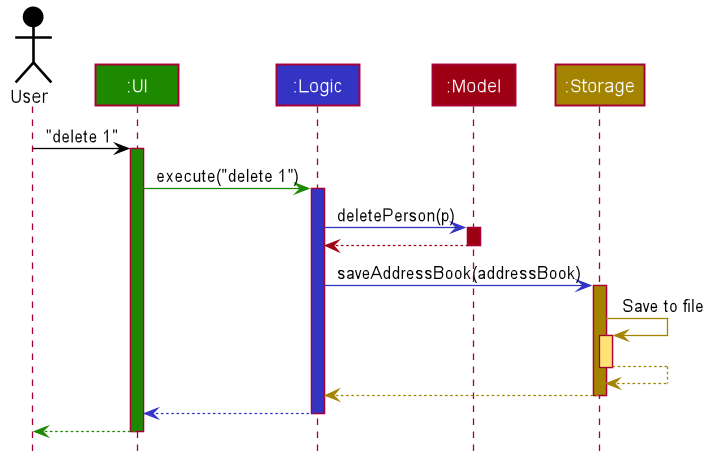
Before: docs/images/ArchitectureSequenceDiagram.png, a diagram exported from PlantUML (nus-cs2103-AY2122S1/tp).
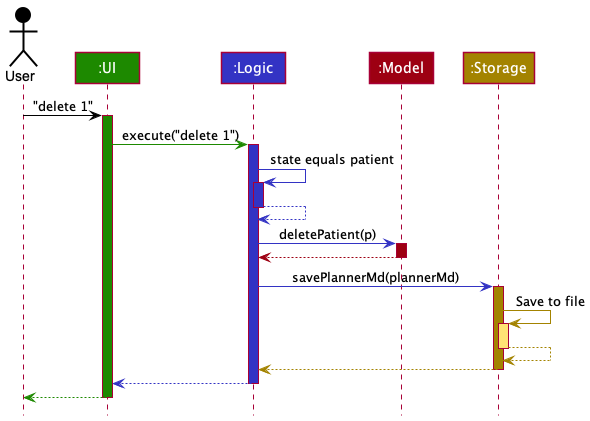
Above is the later version.

Commit message:
Export diagram

Diff of the diagram source:
```diff
@@ -1,85 +1,43 @@
 @startuml
+!include style.puml
 
+Actor User as user USER_COLOR
+Participant ":UI" as ui UI_COLOR
+Participant ":Logic" as logic LOGIC_COLOR
+Participant ":Model" as model MODEL_COLOR
+Participant ":Storage" as storage STORAGE_COLOR
 
+user -[USER_COLOR]> ui : "delete 1"
+activate ui UI_COLOR
 
+ui -[UI_COLOR]> logic : execute("delete 1")
+activate logic LOGIC_COLOR
 
+logic -[LOGIC_COLOR]> logic : state equals patient
+activate logic LOGIC_COLOR
+logic --[LOGIC_COLOR]> logic
+deactivate logic
 
+logic -[LOGIC_COLOR]> model : deletePatient(p)
+activate model MODEL_COLOR
 
-
-
-skinparam BackgroundColor #FFFFFFF
-
-skinparam Shadowing false
-
-skinparam Class {
-    FontColor #FFFFFF
-    BorderThickness 1
-    BorderColor #FFFFFF
-    StereotypeFontColor #FFFFFF
-    FontName Arial
-}
-
-skinparam Actor {
-    BorderColor #000000
-    Color #000000
-    FontName Arial
-}
-
-skinparam Sequence {
-    MessageAlign center
-    BoxFontSize 15
-    BoxPadding 0
-    BoxFontColor #FFFFFF
-    FontName Arial
-}
-
-skinparam Participant {
-    FontColor #FFFFFFF
-    Padding 20
-}
-
-skinparam MinClassWidth 50
-skinparam ParticipantPadding 10
-skinparam Shadowing false
-skinparam DefaultTextAlignment center
-skinparam packageStyle Rectangle
-
-hide footbox
-hide members
-hide circle
-
-Actor User as user #000000
-Participant ":UI" as ui #1D8900
-Participant ":Logic" as logic #3333C4
-Participant ":Model" as model #9D0012
-Participant ":Storage" as storage #A38300
-
-user -[#000000]> ui : "delete 1"
-activate ui #1D8900
-
-ui -[#1D8900]> logic : execute("delete 1")
-activate logic #3333C4
-
-logic -[#3333C4]> model : deletePerson(p)
-activate model #9D0012
-
-model -[#9D0012]-> logic
+model -[MODEL_COLOR]-> logic
 deactivate model
 
-logic -[#3333C4]> storage : saveAddressBook(addressBook)
-activate storage #A38300
+logic -[LOGIC_COLOR]> storage : savePlannerMd(plannerMd)
+activate storage STORAGE_COLOR
 
-storage -[#A38300]> storage : Save to file
-activate storage #FFE374
-storage --[#A38300]> storage
+storage -[STORAGE_COLOR]> storage : Save to file
+activate storage STORAGE_COLOR_T1
+storage --[STORAGE_COLOR]> storage
 deactivate storage
 
-storage --[#A38300]> logic
+storage --[STORAGE_COLOR]> logic
 deactivate storage
 
-logic --[#3333C4]> ui
+logic --[LOGIC_COLOR]> ui
 deactivate logic
 
-ui--[#1D8900]> user
+ui--[UI_COLOR]> user
 deactivate ui
 @enduml
```
